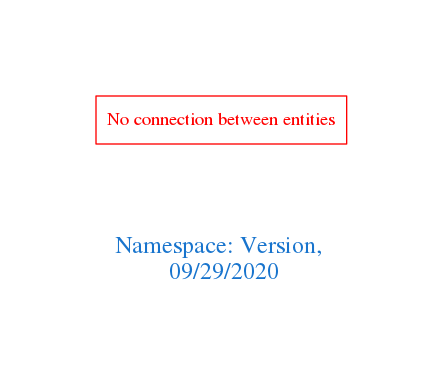
Above: downloads/Version.png in arago/OGIT (Graphviz), before the change. Its source is kept beside it as downloads/Version.dot.
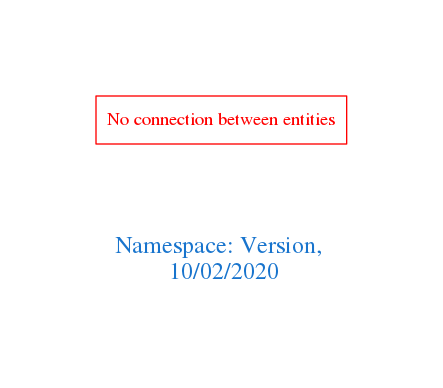
The same diagram one commit later.

Diff of the diagram source:
```diff
@@ -1,7 +1,7 @@
 digraph OGIT_ontology {
  graph [ rankdir= LR,pad=1
 fontsize = 18,
-fontcolor= dodgerblue3,label = "\n\n\nNamespace: Version, \n 09/29/2020"];
+fontcolor= dodgerblue3,label = "\n\n\nNamespace: Version, \n 10/02/2020"];
 node[shape=polygon];
 edge [  color="gray81"];
 
```
